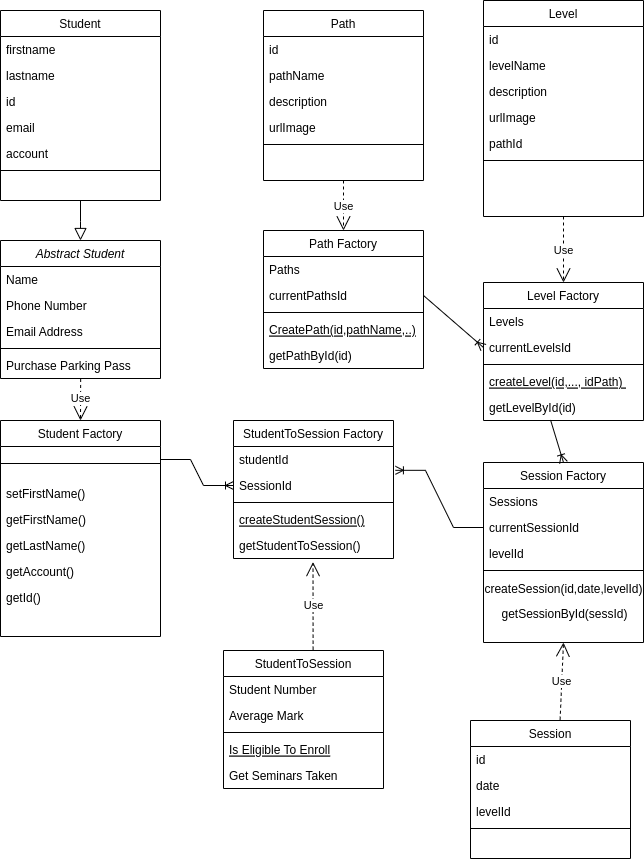
This is course_system_white.png from Frostbite22/DecentralizedCoursesBookingSystem, a draw.io export, as it was before one commit. Source tidied: cells renumbered, new cells last; positions are measured from the earlier drawing's top-left corner, leaving out a move shared by most shapes.
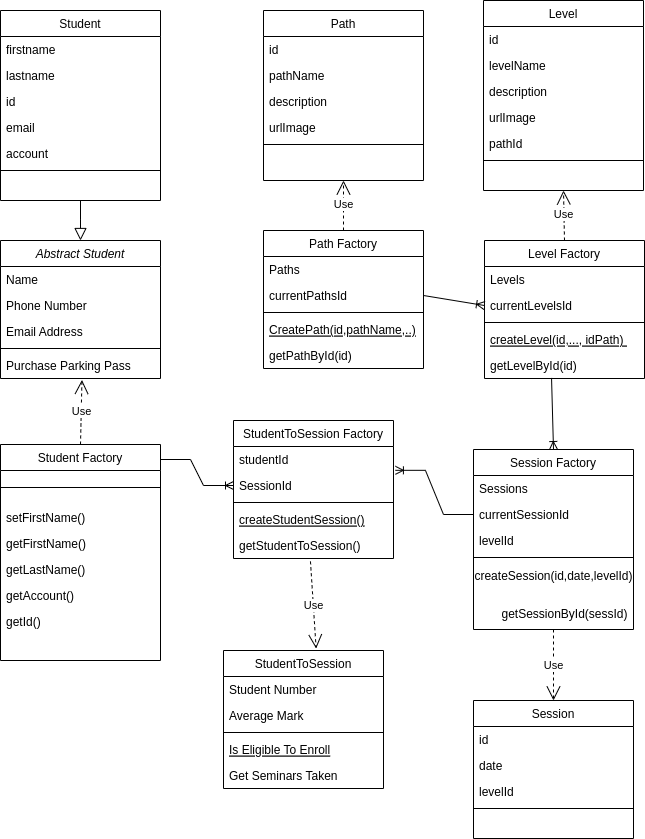
After the change.

Commit message:
fix class diagram

Change to the diagram source:
```diff
@@ -45,7 +45,7 @@
       <mxGeometry relative="1" as="geometry" />
     </mxCell>
     <mxCell id="16" value="Student Factory" style="swimlane;fontStyle=0;align=center;verticalAlign=top;horizontal=1;startSize=26;rounded=0;shadow=0;strokeWidth=1;" parent="1" vertex="1">
-      <mxGeometry y="420" width="160" height="216" as="geometry" />
+      <mxGeometry y="444" width="160" height="216" as="geometry" />
     </mxCell>
     <mxCell id="17" style="line;html=1;strokeWidth=1;align=left;verticalAlign=middle;spacingTop=-1;spacingLeft=3;spacingRight=3;labelPosition=right;" parent="16" vertex="1">
       <mxGeometry y="26" width="160" height="34" as="geometry" />
@@ -65,11 +65,11 @@
     <mxCell id="22" value="getId()" style="text;align=left;verticalAlign=top;spacingLeft=4;spacingRight=4;overflow=hidden;" parent="16" vertex="1">
       <mxGeometry y="164" width="160" height="26" as="geometry" />
     </mxCell>
-    <mxCell id="23" value="Use" style="endArrow=open;endSize=12;dashed=1;html=1;rounded=0;exitX=0.501;exitY=1.018;exitDx=0;exitDy=0;entryX=0.5;entryY=0;entryDx=0;entryDy=0;exitPerimeter=0;" parent="1" edge="1" source="7" target="16">
+    <mxCell id="23" value="Use" style="endArrow=open;endSize=12;dashed=1;html=1;rounded=0;exitX=0.5;exitY=0;exitDx=0;exitDy=0;entryX=0.509;entryY=1.055;entryDx=0;entryDy=0;entryPerimeter=0;" parent="1" edge="1" source="16" target="7">
       <mxGeometry relative="1" as="geometry" />
     </mxCell>
     <mxCell id="24" value="Session" style="swimlane;fontStyle=0;align=center;verticalAlign=top;horizontal=1;startSize=26;rounded=0;shadow=0;strokeWidth=1;" parent="1" vertex="1">
-      <mxGeometry x="470" y="720" width="160" height="138" as="geometry" />
+      <mxGeometry x="473" y="700" width="160" height="138" as="geometry" />
     </mxCell>
     <mxCell id="25" value="id " style="text;align=left;verticalAlign=top;spacingLeft=4;spacingRight=4;overflow=hidden;" parent="24" vertex="1">
       <mxGeometry y="26" width="160" height="26" as="geometry" />
@@ -84,7 +84,7 @@
       <mxGeometry y="104" width="160" height="8" as="geometry" />
     </mxCell>
     <mxCell id="29" value="Session Factory" style="swimlane;fontStyle=0;align=center;verticalAlign=top;horizontal=1;startSize=26;rounded=0;shadow=0;strokeWidth=1;" parent="1" vertex="1">
-      <mxGeometry x="483" y="462" width="160" height="180" as="geometry" />
+      <mxGeometry x="473" y="449" width="160" height="180" as="geometry" />
     </mxCell>
     <mxCell id="30" value="Sessions" style="text;align=left;verticalAlign=top;spacingLeft=4;spacingRight=4;overflow=hidden;" parent="29" vertex="1">
       <mxGeometry y="26" width="160" height="26" as="geometry" />
@@ -101,7 +101,7 @@
     <mxCell id="34" value="createSession(id,date,levelId)" style="text;html=1;align=center;verticalAlign=middle;strokeColor=none;fillColor=none;" parent="29" vertex="1">
       <mxGeometry y="112" width="160" height="30" as="geometry" />
     </mxCell>
-    <mxCell id="35" value="Use" style="endArrow=open;endSize=12;dashed=1;html=1;rounded=0;exitX=0.56;exitY=-0.006;exitDx=0;exitDy=0;exitPerimeter=0;entryX=0.5;entryY=1;entryDx=0;entryDy=0;" parent="1" edge="1" source="24" target="29">
+    <mxCell id="35" value="Use" style="endArrow=open;endSize=12;dashed=1;html=1;rounded=0;entryX=0.5;entryY=0;entryDx=0;entryDy=0;exitX=0.5;exitY=1;exitDx=0;exitDy=0;" parent="1" edge="1" source="29" target="24">
       <mxGeometry relative="1" as="geometry" />
     </mxCell>
     <mxCell id="36" value="StudentToSession" style="swimlane;fontStyle=0;align=center;verticalAlign=top;horizontal=1;startSize=26;rounded=0;shadow=0;strokeWidth=1;" parent="1" vertex="1">
@@ -140,7 +140,7 @@
     <mxCell id="47" value="getStudentToSession()" style="text;align=left;verticalAlign=top;spacingLeft=4;spacingRight=4;overflow=hidden;points=[[0,0.5],[1,0.5]];portConstraint=eastwest;" parent="42" vertex="1">
       <mxGeometry y="112" width="160" height="26" as="geometry" />
     </mxCell>
-    <mxCell id="48" value="Use" style="endArrow=open;endSize=12;dashed=1;html=1;rounded=0;entryX=0.497;entryY=1.138;entryDx=0;entryDy=0;entryPerimeter=0;exitX=0.56;exitY=-0.006;exitDx=0;exitDy=0;exitPerimeter=0;" parent="1" edge="1" source="36" target="47">
+    <mxCell id="48" value="Use" style="endArrow=open;endSize=12;dashed=1;html=1;rounded=0;entryX=0.579;entryY=-0.014;entryDx=0;entryDy=0;entryPerimeter=0;exitX=0.481;exitY=1.11;exitDx=0;exitDy=0;exitPerimeter=0;" parent="1" edge="1" source="47" target="36">
       <mxGeometry relative="1" as="geometry" />
     </mxCell>
     <mxCell id="49" style="edgeStyle=entityRelationEdgeStyle;fontSize=12;html=1;endArrow=ERoneToMany;rounded=0;exitX=1;exitY=0.5;exitDx=0;exitDy=0;entryX=0;entryY=0.5;entryDx=0;entryDy=0;" parent="1" edge="1" target="44">
@@ -152,7 +152,7 @@
       <mxGeometry relative="1" as="geometry" />
     </mxCell>
     <mxCell id="51" value="Level" style="swimlane;fontStyle=0;align=center;verticalAlign=top;horizontal=1;startSize=26;rounded=0;shadow=0;strokeWidth=1;" parent="1" vertex="1">
-      <mxGeometry x="483" width="160" height="216" as="geometry" />
+      <mxGeometry x="483" width="160" height="190" as="geometry" />
     </mxCell>
     <mxCell id="52" value="id" style="text;align=left;verticalAlign=top;spacingLeft=4;spacingRight=4;overflow=hidden;" parent="51" vertex="1">
       <mxGeometry y="26" width="160" height="26" as="geometry" />
@@ -173,7 +173,7 @@
       <mxGeometry y="156" width="160" height="8" as="geometry" />
     </mxCell>
     <mxCell id="58" value="Level Factory" style="swimlane;fontStyle=0;align=center;verticalAlign=top;horizontal=1;startSize=26;rounded=0;shadow=0;strokeWidth=1;" parent="1" vertex="1">
-      <mxGeometry x="483" y="282" width="160" height="138" as="geometry" />
+      <mxGeometry x="484" y="240" width="160" height="138" as="geometry" />
     </mxCell>
     <mxCell id="59" value="Levels" style="text;align=left;verticalAlign=top;spacingLeft=4;spacingRight=4;overflow=hidden;" parent="58" vertex="1">
       <mxGeometry y="26" width="160" height="26" as="geometry" />
@@ -190,7 +190,7 @@
     <mxCell id="63" value="getLevelById(id)" style="text;align=left;verticalAlign=top;spacingLeft=4;spacingRight=4;overflow=hidden;points=[[0,0.5],[1,0.5]];portConstraint=eastwest;" parent="58" vertex="1">
       <mxGeometry y="112" width="160" height="26" as="geometry" />
     </mxCell>
-    <mxCell id="64" value="Use" style="endArrow=open;endSize=12;dashed=1;html=1;rounded=0;entryX=0.5;entryY=0;entryDx=0;entryDy=0;exitX=0.5;exitY=1;exitDx=0;exitDy=0;" parent="1" edge="1" source="51" target="58">
+    <mxCell id="64" value="Use" style="endArrow=open;endSize=12;dashed=1;html=1;rounded=0;exitX=0.5;exitY=0;exitDx=0;exitDy=0;entryX=0.5;entryY=1;entryDx=0;entryDy=0;" parent="1" edge="1" source="58" target="51">
       <mxGeometry relative="1" as="geometry" />
     </mxCell>
     <mxCell id="65" style="fontSize=12;html=1;endArrow=ERoneToMany;rounded=0;entryX=0.5;entryY=0;entryDx=0;entryDy=0;exitX=0.419;exitY=0.978;exitDx=0;exitDy=0;exitPerimeter=0;" parent="1" edge="1" source="63" target="29">
@@ -232,7 +232,7 @@
     <mxCell id="77" value="getPathById(id) " style="text;align=left;verticalAlign=top;spacingLeft=4;spacingRight=4;overflow=hidden;" parent="72" vertex="1">
       <mxGeometry y="112" width="160" height="26" as="geometry" />
     </mxCell>
-    <mxCell id="78" value="Use" style="endArrow=open;endSize=12;dashed=1;html=1;rounded=0;entryX=0.5;entryY=0;entryDx=0;entryDy=0;exitX=0.5;exitY=1;exitDx=0;exitDy=0;" parent="1" edge="1" source="66" target="72">
+    <mxCell id="78" value="Use" style="endArrow=open;endSize=12;dashed=1;html=1;rounded=0;exitX=0.5;exitY=0;exitDx=0;exitDy=0;entryX=0.5;entryY=1;entryDx=0;entryDy=0;" parent="1" edge="1" source="72" target="66">
       <mxGeometry relative="1" as="geometry" />
     </mxCell>
     <mxCell id="79" style="fontSize=12;html=1;endArrow=ERoneToMany;rounded=0;exitX=1;exitY=0.5;exitDx=0;exitDy=0;entryX=0;entryY=0.5;entryDx=0;entryDy=0;" parent="1" edge="1" source="74" target="60">
```
